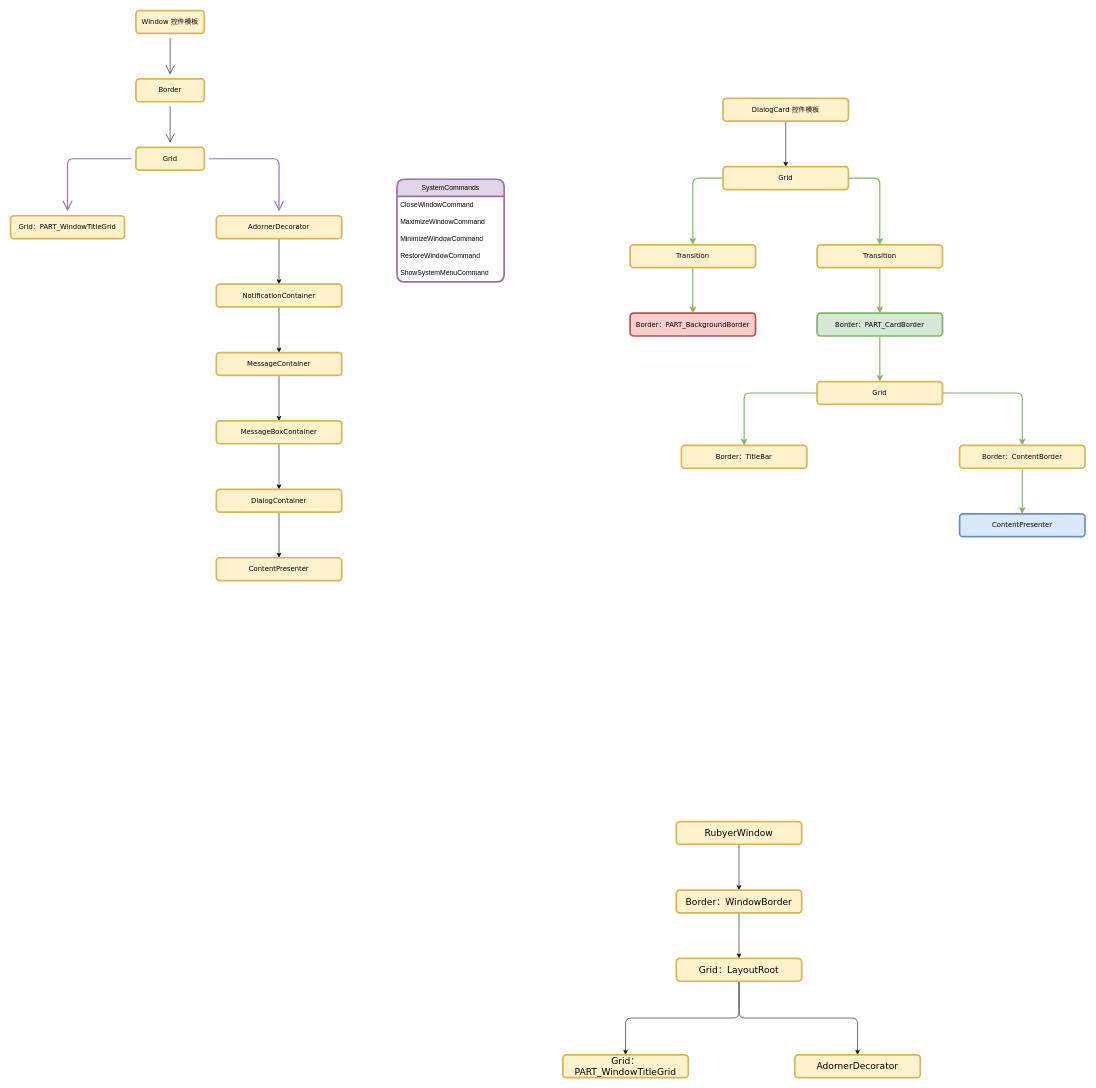
The draw.io diagram page "RubyerUI" (3 of 6) of 流程图绘制.drawio in ZerosZhang/Draft-Record, before the edit. Source tidied: cells renumbered, new cells numbered last; positions are measured from the earlier drawing's top-left corner, leaving out a move shared by most shapes. Both pictures are drawn from the tidied source at 57%, with x=0, y=0 at pixel (10, 10).
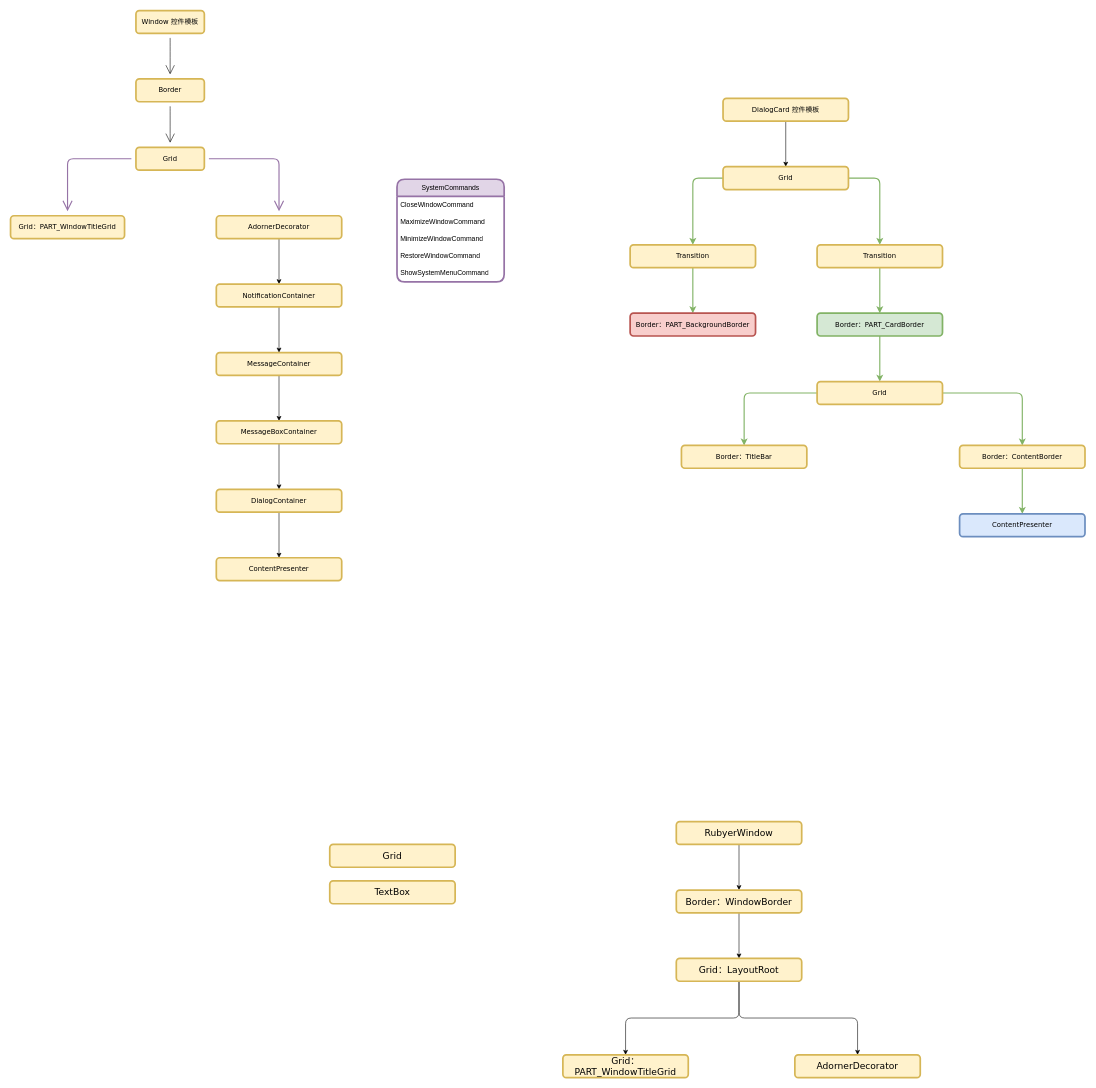
Above is the later version.

What changed in the source:
```diff
@@
+    <mxCell id="55" value="Grid" style="whiteSpace=wrap;html=1;rounded=1;fillStyle=auto;strokeColor=#d6b656;strokeWidth=3;align=center;verticalAlign=middle;fontFamily=Verdana;fontSize=16;fontColor=default;labelBackgroundColor=none;fillColor=#fff2cc;" parent="1" vertex="1">
+      <mxGeometry x="560" y="1463" width="220" height="40" as="geometry" />
+    </mxCell>
+    <mxCell id="56" value="TextBox" style="whiteSpace=wrap;html=1;rounded=1;fillStyle=auto;strokeColor=#d6b656;strokeWidth=3;align=center;verticalAlign=middle;fontFamily=Verdana;fontSize=16;fontColor=default;labelBackgroundColor=none;fillColor=#fff2cc;" parent="1" vertex="1">
+      <mxGeometry x="560" y="1527" width="220" height="40" as="geometry" />
+    </mxCell>
```
